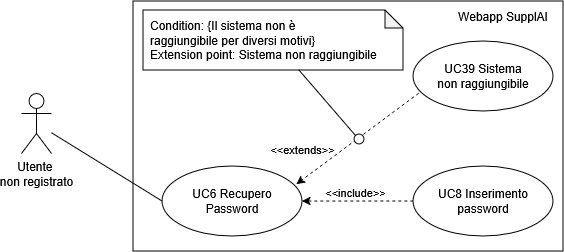
CodeHex16/documentazione keeps this draw.io diagram as 2 - RTB/imgs/recupero-password.png. Above is the earlier version. Source tidied: cells renumbered, new cells last; positions are measured from the earlier drawing's top-left corner, leaving out a move shared by most shapes.
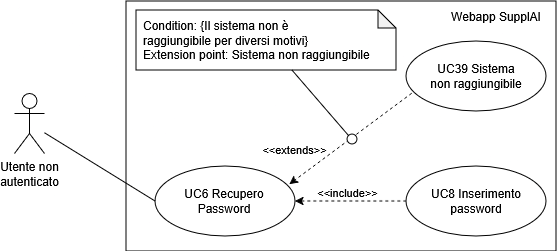
Above is the later version.

The edit, as a diff of the source:
```diff
@@ -5,7 +5,7 @@
     <mxCell id="2" style="rounded=0;whiteSpace=wrap;html=1;fillColor=none;align=right;" parent="1" vertex="1">
       <mxGeometry x="111.5" y="0.5" width="430" height="250" as="geometry" />
     </mxCell>
-    <mxCell id="3" value="&lt;div&gt;Utente&amp;nbsp;&lt;/div&gt;&lt;div&gt;non registrato&lt;/div&gt;" style="shape=umlActor;verticalLabelPosition=bottom;verticalAlign=top;html=1;outlineConnect=0;" parent="1" vertex="1">
+    <mxCell id="3" value="&lt;div&gt;Utente non&lt;/div&gt;&lt;div&gt;autenticato&lt;/div&gt;" style="shape=umlActor;verticalLabelPosition=bottom;verticalAlign=top;html=1;outlineConnect=0;" parent="1" vertex="1">
       <mxGeometry y="93" width="30" height="60" as="geometry" />
     </mxCell>
     <mxCell id="4" style="edgeStyle=orthogonalEdgeStyle;rounded=0;jettySize=auto;html=1;entryX=0;entryY=0.5;entryDx=0;entryDy=0;startArrow=classic;startFill=1;endArrow=none;dashed=1;" parent="1" edge="1" source="6" target="9">
```
